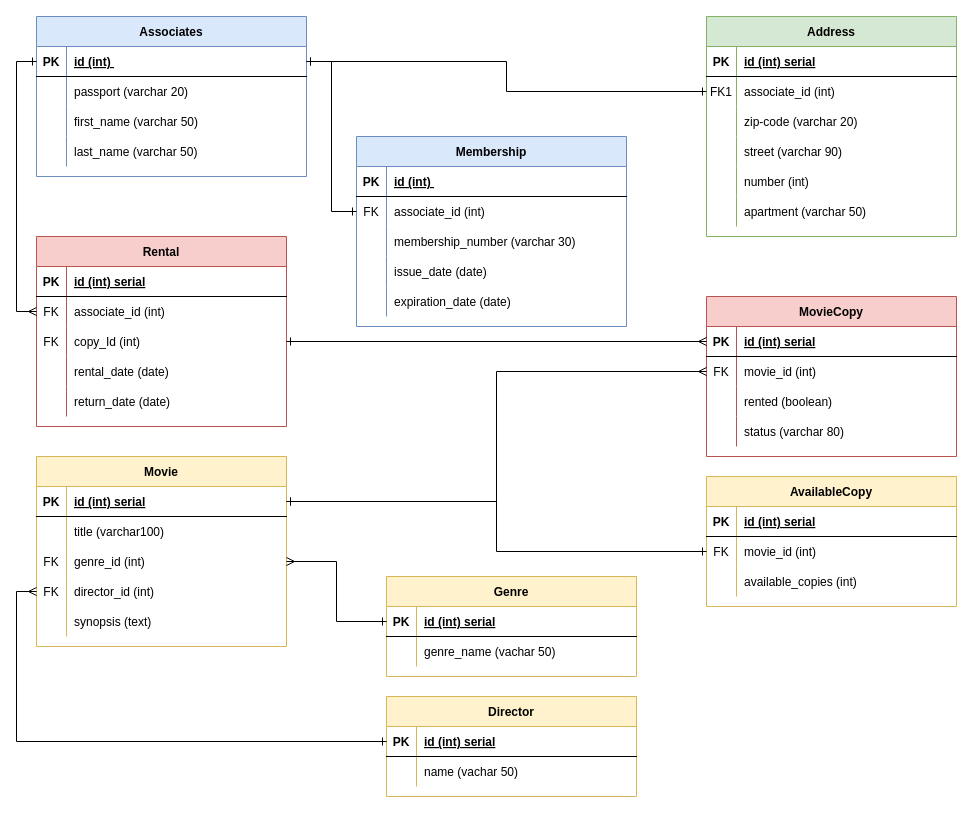
The draw.io diagram MyVideoClub.drawio in Mitronios/Relational-databases-VideoClub, before the edit. Source tidied: cells renumbered, new cells numbered last; positions are measured from the earlier drawing's top-left corner, leaving out a move shared by most shapes. Both pictures are drawn from the tidied source at 100%, with x=0, y=0 at pixel (36, 16).
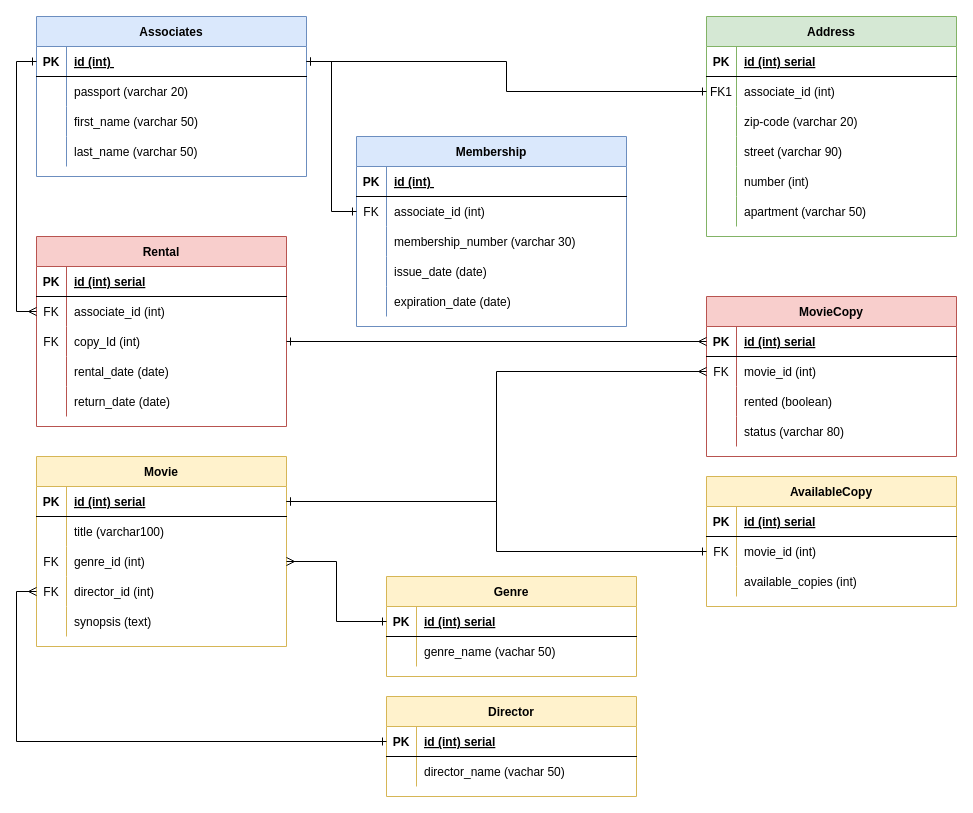
After the change.

Commit message:
Feat: add data to tables, manually

The change refers to these unchanged cells:
```xml
<mxCell id="122" style="shape=partialRectangle;fillColor=none;top=0;left=0;right=0;bottom=0;" parent="118" vertex="1">
  <mxGeometry y="60" width="250" height="30" as="geometry" />
</mxCell>
```

What changed in the source:
```diff
@@
-    <mxCell id="124" value="name (vachar 50)" style="shape=partialRectangle;overflow=hidden;fillColor=none;top=0;left=0;bottom=0;right=0;align=left;spacingLeft=6;" parent="122" vertex="1">
+    <mxCell id="124" value="director_name (vachar 50)" style="shape=partialRectangle;overflow=hidden;fillColor=none;top=0;left=0;bottom=0;right=0;align=left;spacingLeft=6;" parent="122" vertex="1">
       <mxGeometry x="30" width="220" height="30" as="geometry" />
     </mxCell>
```
